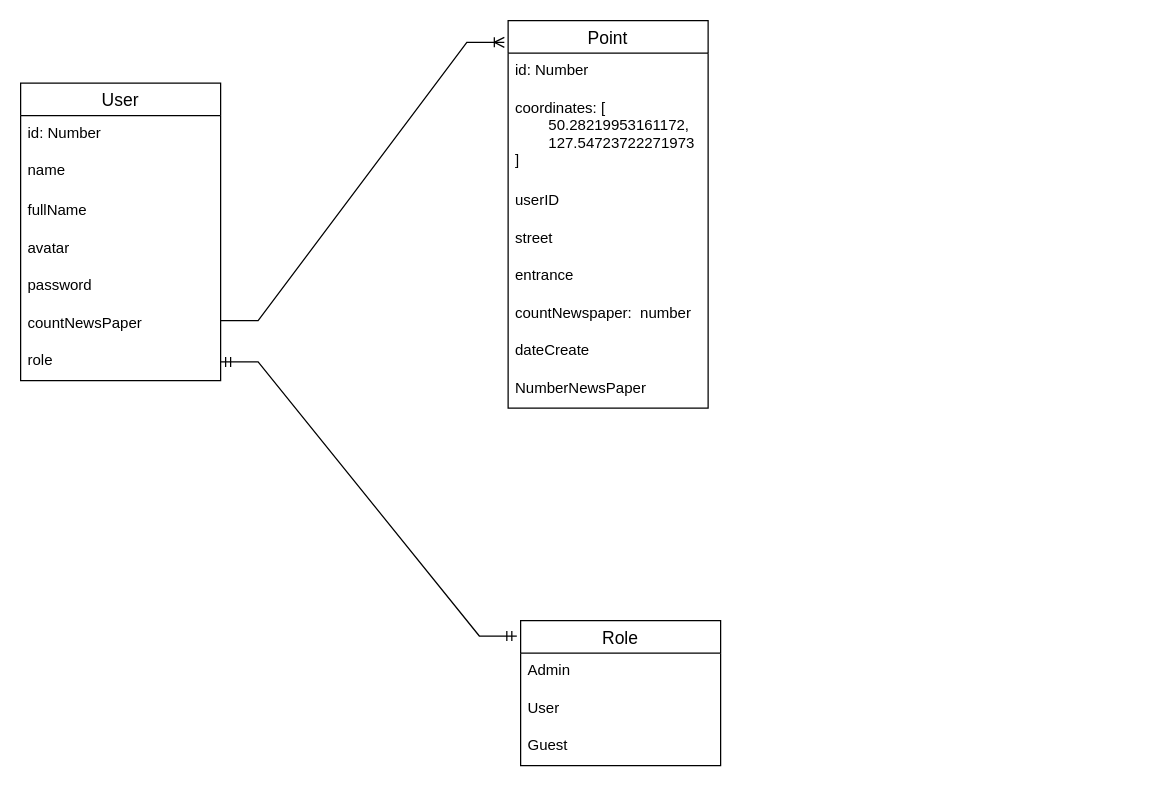
Earlier version of the draw.io diagram Диаграмма без названия.drawio (1jony128/evangelist). Source tidied: cells renumbered, new cells numbered last; positions are measured from the earlier drawing's top-left corner, leaving out a move shared by most shapes. Both pictures are drawn from the tidied source at 125%, with x=0, y=0 at pixel (20, 20).
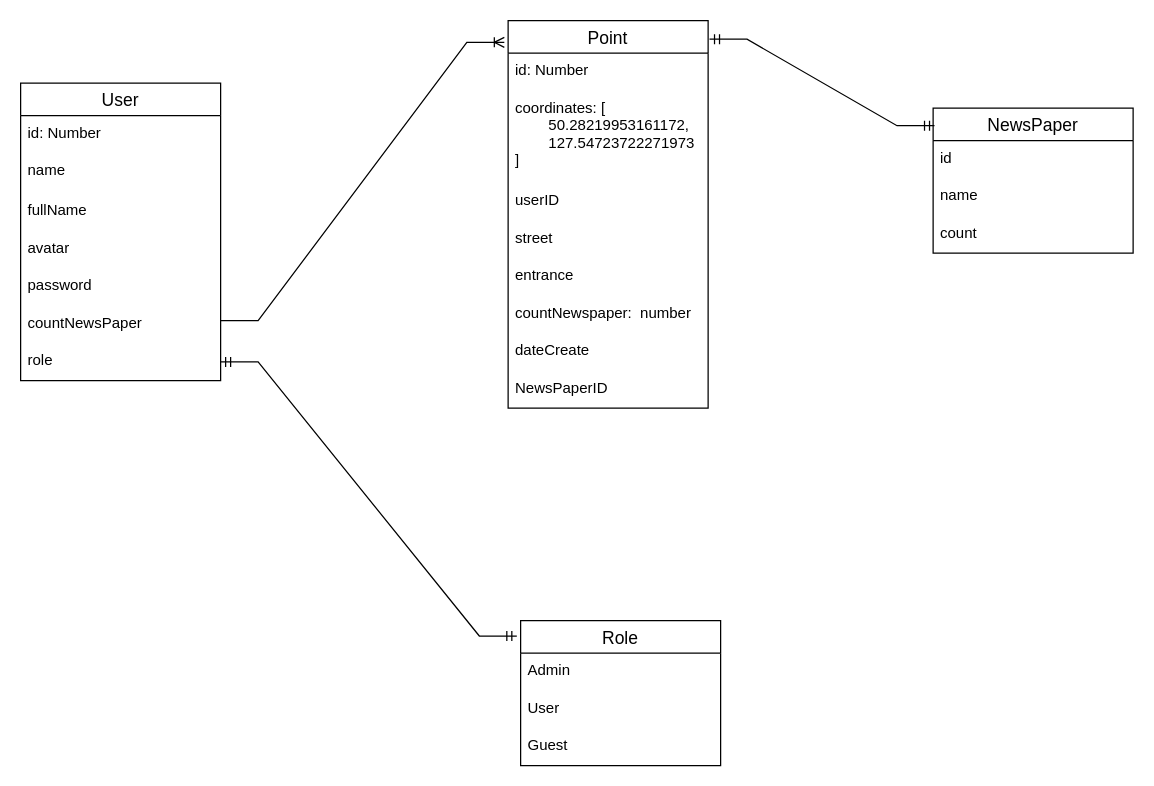
The same page after the edit.

Unchanged cells that the change refers to:
```xml
<mxCell id="10" value="Point" style="swimlane;fontStyle=0;horizontal=1;startSize=26;align=center;fontSize=14;" parent="1" vertex="1">
  <mxGeometry x="390" width="160" height="310" as="geometry" />
</mxCell>
```

Change to the diagram source:
```diff
@@
-    <mxCell id="18" value="NumberNewsPaper" style="text;strokeColor=none;fillColor=none;spacingLeft=4;spacingRight=4;overflow=hidden;fontSize=12;" parent="10" vertex="1">
+    <mxCell id="18" value="NewsPaperID" style="text;strokeColor=none;fillColor=none;spacingLeft=4;spacingRight=4;overflow=hidden;fontSize=12;" parent="10" vertex="1">
       <mxGeometry y="280" width="160" height="30" as="geometry" />
     </mxCell>
@@
+    <mxCell id="25" value="NewsPaper" style="swimlane;fontStyle=0;horizontal=1;startSize=26;align=center;fontSize=14;" parent="1" vertex="1">
+      <mxGeometry x="730" y="70" width="160" height="116" as="geometry" />
+    </mxCell>
+    <mxCell id="26" value="id" style="text;strokeColor=none;fillColor=none;spacingLeft=4;spacingRight=4;overflow=hidden;fontSize=12;" parent="25" vertex="1">
+      <mxGeometry y="26" width="160" height="30" as="geometry" />
+    </mxCell>
+    <mxCell id="27" value="name" style="text;strokeColor=none;fillColor=none;spacingLeft=4;spacingRight=4;overflow=hidden;fontSize=12;" parent="25" vertex="1">
+      <mxGeometry y="56" width="160" height="30" as="geometry" />
+    </mxCell>
+    <mxCell id="28" value="count" style="text;strokeColor=none;fillColor=none;spacingLeft=4;spacingRight=4;overflow=hidden;fontSize=12;" parent="25" vertex="1">
+      <mxGeometry y="86" width="160" height="30" as="geometry" />
+    </mxCell>
+    <mxCell id="29" style="edgeStyle=entityRelationEdgeStyle;fontSize=12;html=1;endArrow=ERmandOne;startArrow=ERmandOne;rounded=0;entryX=0.007;entryY=0.121;entryDx=0;entryDy=0;entryPerimeter=0;exitX=1.007;exitY=0.048;exitDx=0;exitDy=0;exitPerimeter=0;" parent="1" edge="1" source="10" target="25">
+      <mxGeometry relative="1" as="geometry" />
+    </mxCell>
```
